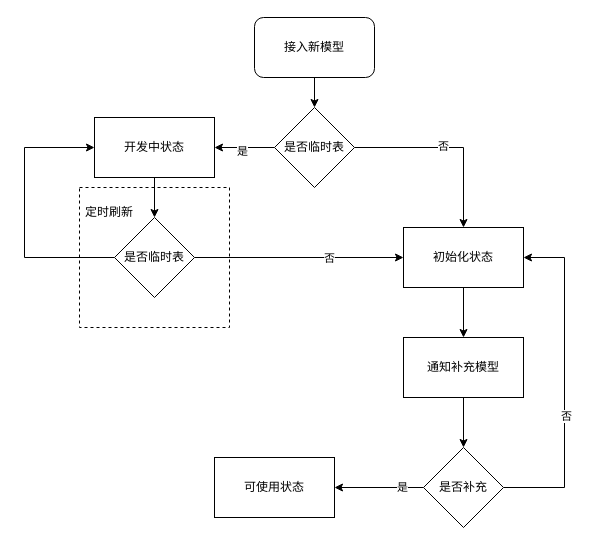
Before: page "第 2 页" (2 of 2) of demo01/数据地图.drawio in huang-chh/draw, a draw.io diagram. Source tidied: cells renumbered, new cells numbered last; positions are measured from the earlier drawing's top-left corner, leaving out a move shared by most shapes. Both pictures are drawn from the tidied source at 100%, with x=0, y=0 at pixel (24, 17).
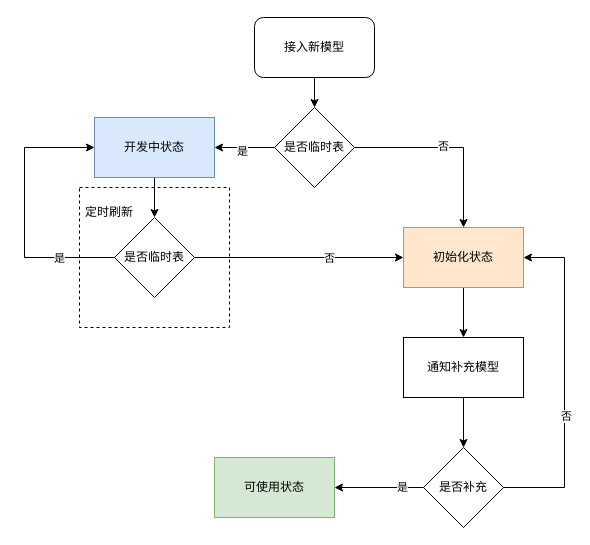
The same page after the edit.

Commit message:
更新数据地图.drawio

Unchanged cells that the change refers to:
```xml
<mxCell id="24" style="edgeStyle=orthogonalEdgeStyle;rounded=0;jettySize=auto;html=1;exitX=0;exitY=0.5;exitDx=0;exitDy=0;entryX=0;entryY=0.5;entryDx=0;entryDy=0;" parent="1" edge="1" source="25" target="11">
  <mxGeometry relative="1" as="geometry">
    <Array as="points">
      <mxPoint y="240" />
      <mxPoint y="130" />
    </Array>
  </mxGeometry>
</mxCell>
```

Change to the diagram source:
```diff
@@
-    <mxCell id="11" value="开发中状态" style="whiteSpace=wrap;html=1;" parent="1" vertex="1">
+    <mxCell id="11" value="开发中状态" style="whiteSpace=wrap;html=1;fillColor=#dae8fc;strokeColor=#6c8ebf;" parent="1" vertex="1">
       <mxGeometry x="70" y="100" width="120" height="60" as="geometry" />
     </mxCell>
@@
-    <mxCell id="13" value="初始化状态" style="whiteSpace=wrap;html=1;" parent="1" vertex="1">
+    <mxCell id="13" value="初始化状态" style="whiteSpace=wrap;html=1;fillColor=#ffe6cc;strokeColor=#d79b00;" parent="1" vertex="1">
       <mxGeometry x="379" y="210" width="120" height="60" as="geometry" />
     </mxCell>
@@
-    <mxCell id="16" value="可使用状态" style="whiteSpace=wrap;html=1;" parent="1" vertex="1">
+    <mxCell id="16" value="可使用状态" style="whiteSpace=wrap;html=1;fillColor=#d5e8d4;strokeColor=#82b366;" parent="1" vertex="1">
       <mxGeometry x="190" y="440" width="120" height="60" as="geometry" />
     </mxCell>
@@
+    <mxCell id="27" value="是" style="edgeLabel;html=1;align=center;verticalAlign=middle;" parent="24" vertex="1">
+      <mxGeometry x="-0.59" relative="1" as="geometry" />
+    </mxCell>
```
